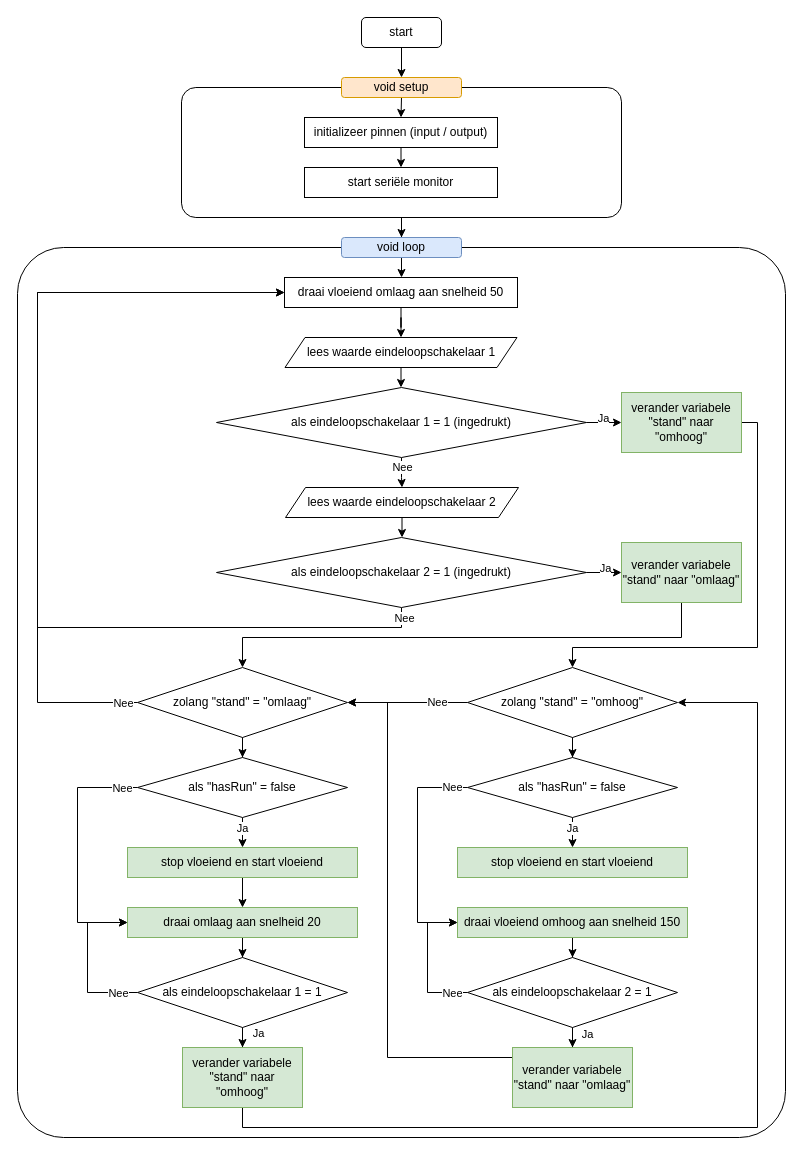
crearth/c keeps this draw.io diagram as flow.drawio. Above is the earlier version. Source tidied: cells renumbered, new cells numbered last; positions are measured from the earlier drawing's top-left corner, leaving out a move shared by most shapes. Both pictures are drawn from the tidied source at 100%, with x=0, y=0 at pixel (17, 17).
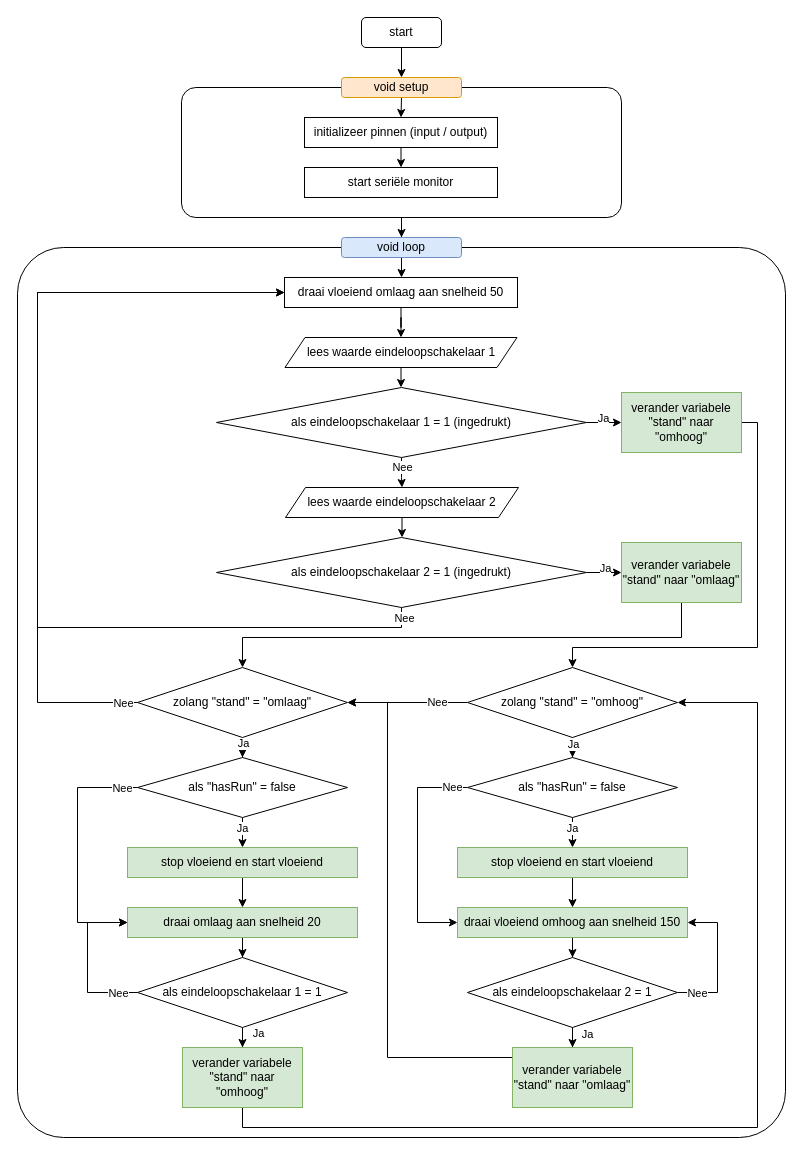
After the change.

The change refers to these unchanged cells:
```xml
<mxCell id="36" style="edgeStyle=orthogonalEdgeStyle;rounded=0;jettySize=auto;html=1;entryX=0.5;entryY=0;entryDx=0;entryDy=0;" parent="1" edge="1" source="37" target="63">
  <mxGeometry relative="1" as="geometry" />
</mxCell>
<mxCell id="41" style="edgeStyle=orthogonalEdgeStyle;rounded=0;jettySize=auto;html=1;" parent="1" edge="1" source="42" target="70">
  <mxGeometry relative="1" as="geometry" />
</mxCell>
<mxCell id="44" value="draai vloeiend omhoog aan snelheid 150" style="rounded=0;whiteSpace=wrap;html=1;fillColor=#d5e8d4;strokeColor=#82b366;" parent="1" vertex="1">
  <mxGeometry x="440" y="890" width="230" height="30" as="geometry" />
</mxCell>
<mxCell id="54" value="als eindeloopschakelaar 2 = 1" style="rhombus;whiteSpace=wrap;html=1;rounded=0;" parent="1" vertex="1">
  <mxGeometry x="450" y="940" width="210" height="70" as="geometry" />
</mxCell>
<mxCell id="71" value="stop vloeiend en start vloeiend" style="rounded=0;whiteSpace=wrap;html=1;fillColor=#d5e8d4;strokeColor=#82b366;" parent="1" vertex="1">
  <mxGeometry x="440" y="830" width="230" height="30" as="geometry" />
</mxCell>
```

Change to the diagram source:
```diff
@@
+    <mxCell id="72" value="Ja" style="edgeLabel;html=1;align=center;verticalAlign=middle;" parent="36" vertex="1">
+      <mxGeometry x="0.49" relative="1" as="geometry" />
+    </mxCell>
@@
+    <mxCell id="73" value="Ja" style="edgeLabel;html=1;align=center;verticalAlign=middle;" parent="41" vertex="1">
+      <mxGeometry x="0.53" relative="1" as="geometry" />
+    </mxCell>
@@
     <mxCell id="52" style="edgeStyle=orthogonalEdgeStyle;rounded=0;jettySize=auto;html=1;" parent="1" edge="1" source="54" target="44">
       <mxGeometry relative="1" as="geometry">
         <Array as="points">
-          <mxPoint x="410" y="975" />
-          <mxPoint x="410" y="905" />
+          <mxPoint x="700" y="975" />
+          <mxPoint x="700" y="905" />
         </Array>
       </mxGeometry>
     </mxCell>
     <mxCell id="53" value="Nee" style="edgeLabel;html=1;align=center;verticalAlign=middle;" parent="52" vertex="1">
       <mxGeometry x="-0.58" relative="1" as="geometry">
-        <mxPoint x="13" as="offset" />
+        <mxPoint x="-9.2" as="offset" />
       </mxGeometry>
     </mxCell>
@@
+    <mxCell id="74" style="edgeStyle=orthogonalEdgeStyle;rounded=0;jettySize=auto;html=1;" parent="1" edge="1" source="71" target="44">
+      <mxGeometry relative="1" as="geometry" />
+    </mxCell>
```
